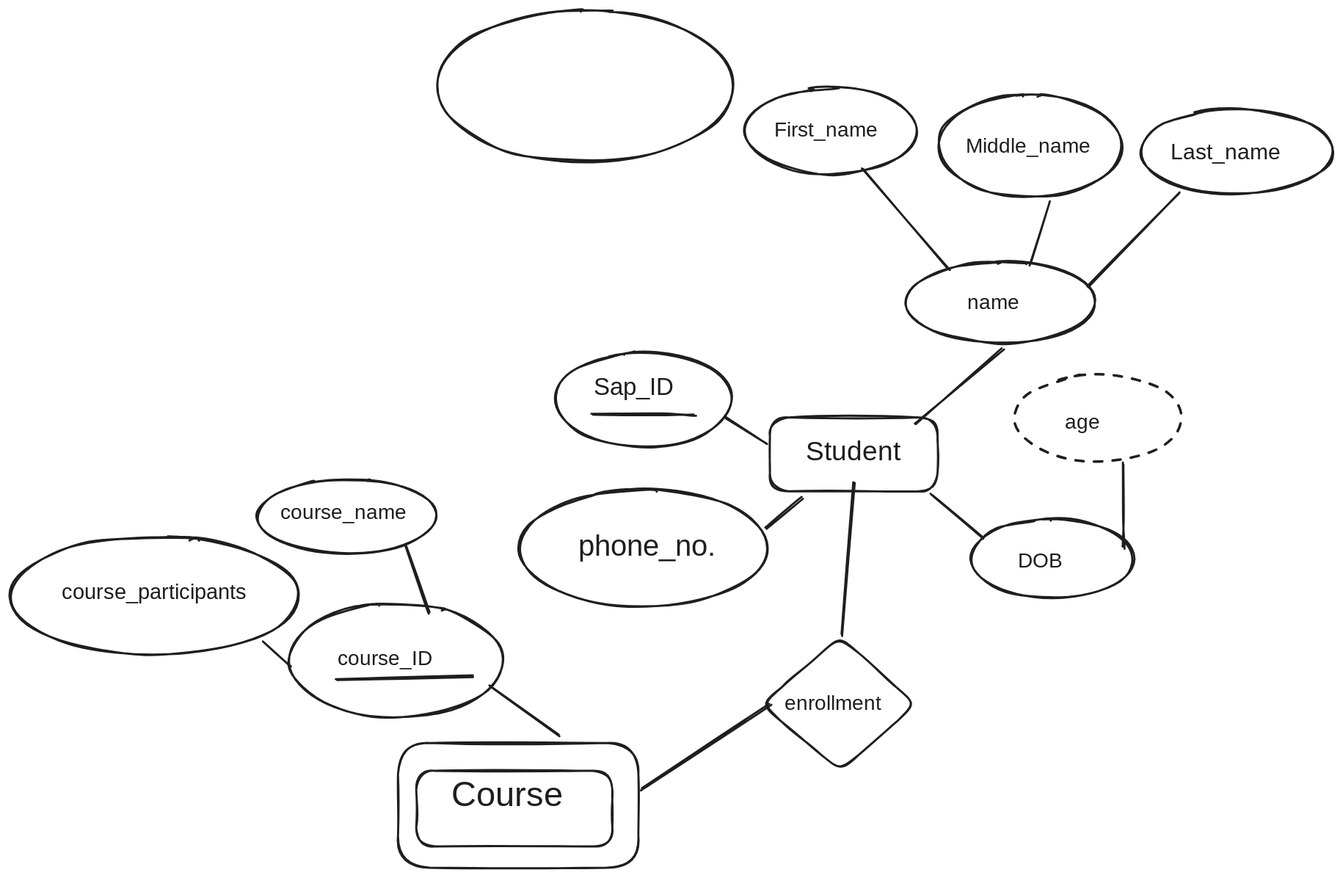
P7XCKD/NF keeps this Excalidraw diagram as Notes Factory/Semister 3/Rough Work/t1.excalidraw.svg. Above is the earlier version. Source tidied: one line per element, renumbered; positions are measured from the earlier drawing's top-left corner, leaving out a move shared by most shapes.
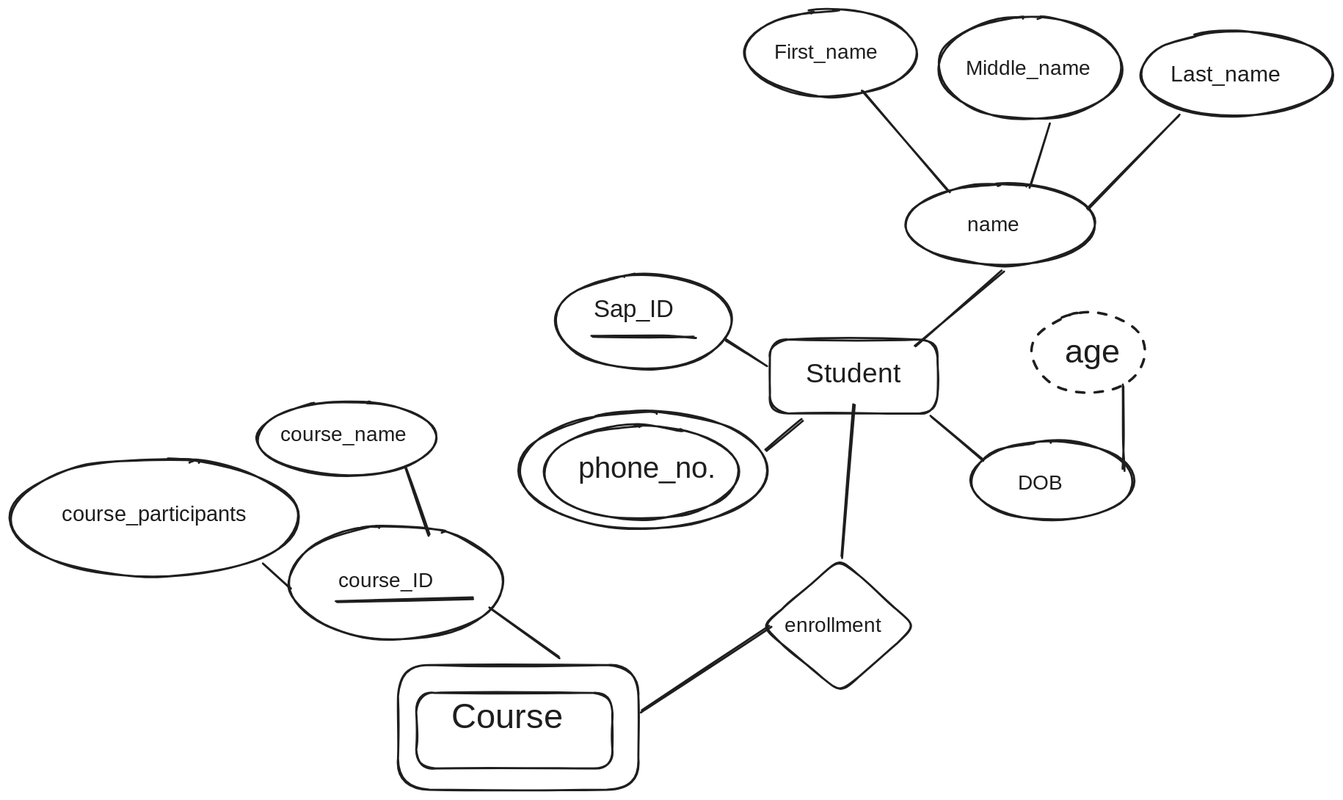
After the change.

The edit, as a diff of the source:
```diff
@@ -13,7 +13,7 @@
 {"id": 12, "type": "text", "text": "Last_name", "strokeColor": "#1e1e1e", "strokeWidth": 2, "roughness": 1, "fontSize": 21.68, "fontFamily": 1, "x": 1129, "y": 126, "width": 119, "height": 27}
 {"id": 13, "type": "ellipse", "strokeColor": "#1e1e1e", "strokeWidth": 2, "roughness": 1, "round": true, "x": 935, "y": 495, "width": 158, "height": 77}
 {"id": 14, "type": "text", "text": "DOB", "strokeColor": "#1e1e1e", "strokeWidth": 2, "roughness": 1, "fontSize": 20, "fontFamily": 1, "x": 981, "y": 524, "width": 45, "height": 25}
-{"id": 15, "type": "ellipse", "strokeColor": "#1e1e1e", "strokeWidth": 2, "roughness": 1, "round": true, "x": 415, "y": 0, "width": 289, "height": 147}
+{"id": 15, "type": "ellipse", "strokeColor": "#1e1e1e", "strokeWidth": 2, "roughness": 1, "round": true, "x": 519, "y": 480, "width": 189, "height": 91}
 {"id": 16, "type": "text", "text": "phone_no.", "strokeColor": "#1e1e1e", "strokeWidth": 2, "roughness": 1, "fontSize": 28.89, "fontFamily": 1, "x": 553, "y": 504, "width": 135, "height": 36}
 {"id": 17, "type": "ellipse", "strokeColor": "#1e1e1e", "strokeWidth": 2, "roughness": 1, "round": true, "x": 496, "y": 466, "width": 241, "height": 114}
 {"id": 18, "type": "ellipse", "strokeColor": "#1e1e1e", "strokeWidth": 2, "roughness": 1, "round": true, "x": 872, "y": 245, "width": 184, "height": 79}
@@ -26,8 +26,8 @@
 {"id": 25, "type": "line", "strokeColor": "#1e1e1e", "strokeWidth": 2, "roughness": 1, "round": true, "x": 736, "y": 505, "width": 36, "height": 30, "points": [[0, 0], [36, -30]]}
 {"id": 26, "type": "line", "strokeColor": "#1e1e1e", "strokeWidth": 2, "roughness": 1, "round": true, "x": 895, "y": 471, "width": 51, "height": 42, "points": [[0, 0], [51, 42]]}
 {"id": 27, "type": "line", "strokeColor": "#1e1e1e", "strokeWidth": 2, "roughness": 1, "round": true, "x": 1083, "y": 523, "width": 0, "height": 82, "points": [[0, 0], [0, -30], [0, -82]]}
-{"id": 28, "type": "ellipse", "strokeColor": "#1e1e1e", "strokeWidth": 2, "strokeStyle": "dashed", "roughness": 1, "round": true, "x": 977, "y": 354, "width": 164, "height": 84}
+{"id": 28, "type": "ellipse", "strokeColor": "#1e1e1e", "strokeWidth": 2, "strokeStyle": "dashed", "roughness": 1, "round": true, "x": 994, "y": 369, "width": 111, "height": 78}
-{"id": 29, "type": "text", "text": "age", "strokeColor": "#1e1e1e", "strokeWidth": 2, "strokeStyle": "dashed", "roughness": 1, "fontSize": 20, "fontFamily": 1, "x": 1026, "y": 389, "width": 34, "height": 25}
+{"id": 29, "type": "text", "text": "age", "strokeColor": "#1e1e1e", "strokeWidth": 2, "strokeStyle": "dashed", "roughness": 1, "fontSize": 32.34, "fontFamily": 1, "x": 1026, "y": 389, "width": 55, "height": 40}
 {"id": 30, "type": "rectangle", "strokeColor": "#1e1e1e", "strokeWidth": 2, "roughness": 1, "round": true, "x": 377, "y": 713, "width": 234, "height": 121}
 {"id": 31, "type": "diamond", "strokeColor": "#1e1e1e", "strokeWidth": 2, "roughness": 1, "round": true, "x": 731, "y": 609, "width": 150, "height": 131}
 {"id": 32, "type": "text", "text": "enrollment ", "strokeColor": "#1e1e1e", "strokeWidth": 2, "roughness": 1, "fontSize": 20, "fontFamily": 1, "x": 753, "y": 663, "width": 105, "height": 25}
```
